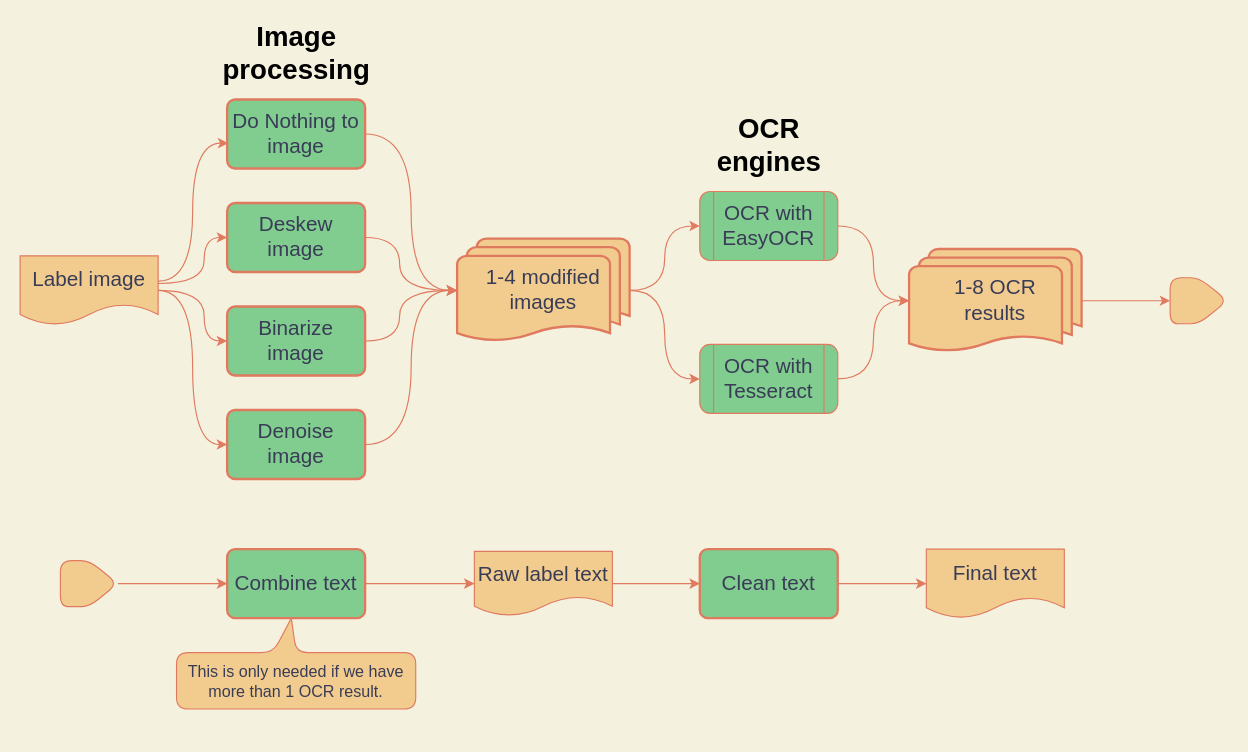
Above: assets/ocr_flow.drawio in rafelafrance/digi_leap_old (draw.io), before the change. Source tidied: cells renumbered, new cells numbered last; positions are measured from the earlier drawing's top-left corner, leaving out a move shared by most shapes. Both pictures are drawn from the tidied source at 115%, with x=0, y=0 at pixel (20, 30).
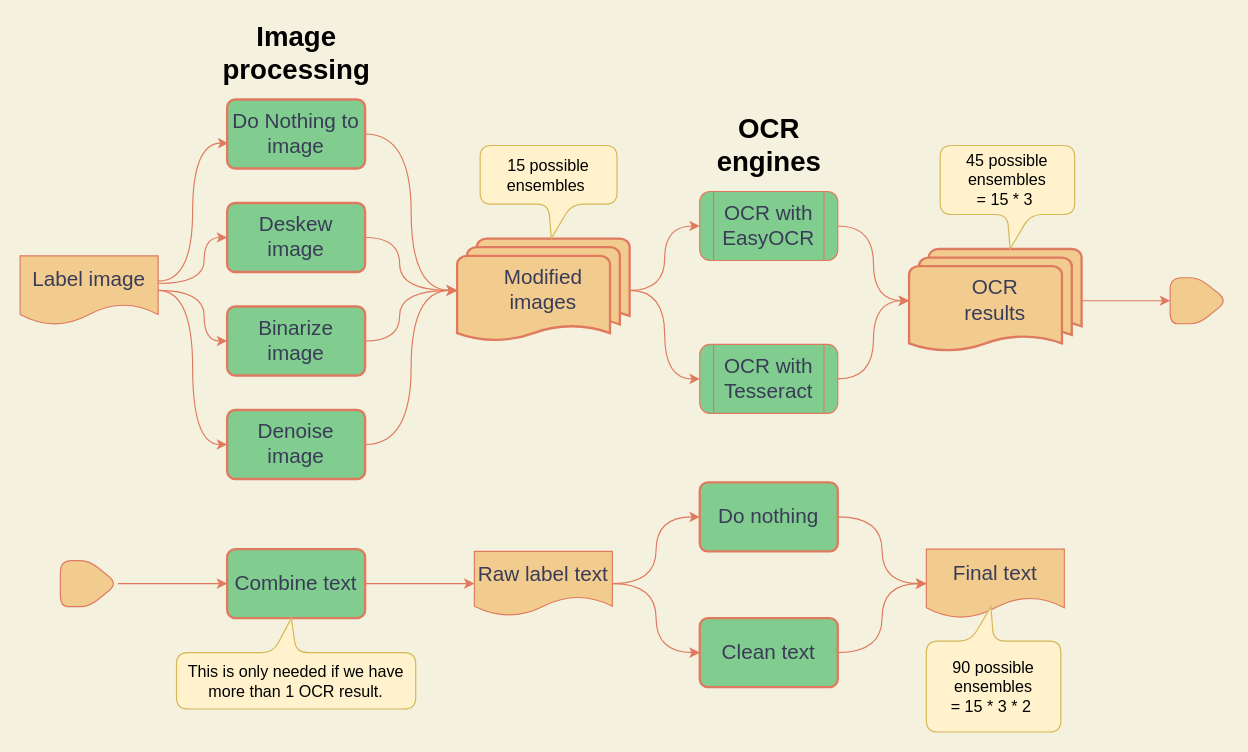
After the change.

Unchanged cells that the change refers to:
```xml
<mxCell id="6" value="Raw label text" style="shape=document;whiteSpace=wrap;html=1;boundedLbl=1;fontSize=18;rounded=1;fillColor=#F2CC8F;strokeColor=#E07A5F;fontColor=#393C56;" parent="1" vertex="1">
  <mxGeometry x="395" y="453" width="120" height="56" as="geometry" />
</mxCell>
<mxCell id="9" value="Final text" style="shape=document;whiteSpace=wrap;html=1;boundedLbl=1;fontSize=18;rounded=1;fillColor=#F2CC8F;strokeColor=#E07A5F;fontColor=#393C56;" parent="1" vertex="1">
  <mxGeometry x="788" y="451" width="120" height="60" as="geometry" />
</mxCell>
```

What changed in the source:
```diff
@@
-    <mxCell id="4" value="1-8 OCR&lt;br&gt;results" style="strokeWidth=2;html=1;shape=mxgraph.flowchart.multi-document;whiteSpace=wrap;fontSize=18;rounded=1;fillColor=#F2CC8F;strokeColor=#E07A5F;fontColor=#393C56;" parent="1" vertex="1">
+    <mxCell id="4" value="OCR&lt;br&gt;results" style="strokeWidth=2;html=1;shape=mxgraph.flowchart.multi-document;whiteSpace=wrap;fontSize=18;rounded=1;fillColor=#F2CC8F;strokeColor=#E07A5F;fontColor=#393C56;" parent="1" vertex="1">
       <mxGeometry x="773" y="190" width="150" height="90" as="geometry" />
     </mxCell>
@@
-    <mxCell id="7" style="edgeStyle=orthogonalEdgeStyle;rounded=1;jettySize=auto;html=1;entryX=0;entryY=0.5;entryDx=0;entryDy=0;strokeColor=#E07A5F;fontColor=#393C56;labelBackgroundColor=#F4F1DE;curved=1;" parent="1" edge="1" source="8" target="9">
+    <mxCell id="7" style="edgeStyle=orthogonalEdgeStyle;rounded=1;jettySize=auto;html=1;entryX=0;entryY=0.5;entryDx=0;entryDy=0;strokeColor=#E07A5F;fontColor=#393C56;labelBackgroundColor=#F4F1DE;curved=1;exitX=1;exitY=0.5;exitDx=0;exitDy=0;" parent="1" edge="1" source="8" target="9">
       <mxGeometry relative="1" as="geometry" />
     </mxCell>
-    <mxCell id="8" value="Clean text" style="rounded=1;whiteSpace=wrap;html=1;absoluteArcSize=1;arcSize=14;strokeWidth=2;fontSize=18;fillColor=#81CC8F;strokeColor=#E07A5F;fontColor=#393C56;" parent="1" vertex="1">
-      <mxGeometry x="591" y="451" width="120" height="60" as="geometry" />
+    <mxCell id="8" value="Do nothing" style="rounded=1;whiteSpace=wrap;html=1;absoluteArcSize=1;arcSize=14;strokeWidth=2;fontSize=18;fillColor=#81CC8F;strokeColor=#E07A5F;fontColor=#393C56;" parent="1" vertex="1">
+      <mxGeometry x="591" y="393" width="120" height="60" as="geometry" />
     </mxCell>
@@
-    <mxCell id="12" value="This is only needed if we have more than 1 OCR result." style="shape=callout;whiteSpace=wrap;html=1;perimeter=calloutPerimeter;fontSize=14;direction=west;position2=0.52;rounded=1;fillColor=#F2CC8F;strokeColor=#E07A5F;fontColor=#393C56;" parent="1" vertex="1">
+    <mxCell id="12" value="This is only needed if we have more than 1 OCR result." style="shape=callout;whiteSpace=wrap;html=1;perimeter=calloutPerimeter;fontSize=14;direction=west;position2=0.52;rounded=1;fillColor=#fff2cc;strokeColor=#d6b656;" parent="1" vertex="1">
       <mxGeometry x="136" y="511" width="208" height="79" as="geometry" />
     </mxCell>
@@
-    <mxCell id="18" value="1-4&amp;nbsp;modified&lt;br&gt;images" style="strokeWidth=2;html=1;shape=mxgraph.flowchart.multi-document;whiteSpace=wrap;fontSize=18;rounded=1;fillColor=#F2CC8F;strokeColor=#E07A5F;fontColor=#393C56;" parent="1" vertex="1">
+    <mxCell id="18" value="Modified&lt;br&gt;images" style="strokeWidth=2;html=1;shape=mxgraph.flowchart.multi-document;whiteSpace=wrap;fontSize=18;rounded=1;fillColor=#F2CC8F;strokeColor=#E07A5F;fontColor=#393C56;" parent="1" vertex="1">
       <mxGeometry x="380" y="181" width="150" height="90" as="geometry" />
     </mxCell>
@@
+    <mxCell id="39" value="15 possible ensembles&amp;nbsp;" style="shape=callout;whiteSpace=wrap;html=1;perimeter=calloutPerimeter;fontSize=14;direction=east;position2=0.52;rounded=1;fillColor=#fff2cc;strokeColor=#d6b656;" parent="1" vertex="1">
+      <mxGeometry x="400" y="100" width="119" height="81" as="geometry" />
+    </mxCell>
+    <mxCell id="40" value="45 possible ensembles&lt;br&gt;= 15 * 3&amp;nbsp;" style="shape=callout;whiteSpace=wrap;html=1;perimeter=calloutPerimeter;fontSize=14;direction=east;position2=0.52;rounded=1;fillColor=#fff2cc;strokeColor=#d6b656;" parent="1" vertex="1">
+      <mxGeometry x="800" y="100" width="117" height="90" as="geometry" />
+    </mxCell>
+    <mxCell id="41" value="90&amp;nbsp;possible&lt;br&gt;ensembles&lt;br&gt;= 15 * 3&amp;nbsp;* 2&amp;nbsp;" style="shape=callout;whiteSpace=wrap;html=1;perimeter=calloutPerimeter;fontSize=14;direction=west;position2=0.52;rounded=1;fillColor=#fff2cc;strokeColor=#d6b656;" parent="1" vertex="1">
+      <mxGeometry x="788" y="501" width="117" height="109" as="geometry" />
+    </mxCell>
+    <mxCell id="42" value="Clean text" style="rounded=1;whiteSpace=wrap;html=1;absoluteArcSize=1;arcSize=14;strokeWidth=2;fontSize=18;fillColor=#81CC8F;strokeColor=#E07A5F;fontColor=#393C56;" parent="1" vertex="1">
+      <mxGeometry x="591" y="511" width="120" height="60" as="geometry" />
+    </mxCell>
+    <mxCell id="43" style="edgeStyle=orthogonalEdgeStyle;rounded=1;jettySize=auto;html=1;strokeColor=#E07A5F;fontColor=#393C56;labelBackgroundColor=#F4F1DE;curved=1;exitX=1;exitY=0.5;exitDx=0;exitDy=0;entryX=0;entryY=0.5;entryDx=0;entryDy=0;" parent="1" edge="1" source="6" target="42">
+      <mxGeometry relative="1" as="geometry" />
+    </mxCell>
+    <mxCell id="44" style="edgeStyle=orthogonalEdgeStyle;rounded=1;jettySize=auto;html=1;entryX=0;entryY=0.5;entryDx=0;entryDy=0;strokeColor=#E07A5F;fontColor=#393C56;labelBackgroundColor=#F4F1DE;curved=1;exitX=1;exitY=0.5;exitDx=0;exitDy=0;" parent="1" edge="1" source="42" target="9">
+      <mxGeometry relative="1" as="geometry" />
+    </mxCell>
```
